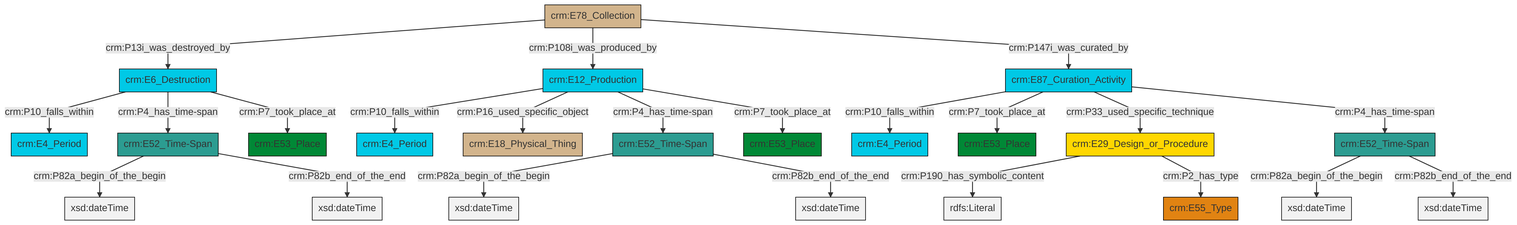
Before: et/archivalCSV/ttl/mmd/png/archival_existence.png, a diagram exported from Mermaid (swiss-art-research-net/docs.swissartresearch). Its source is kept beside it as et/archivalCSV/ttl/mmd/archival_existence.ttl.mmd.
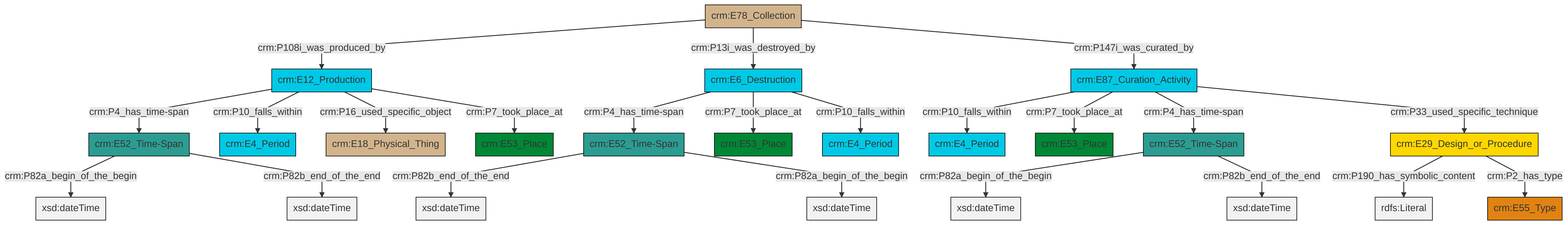
Later version of the same file.

Change to the diagram source:
```diff
@@ -13,25 +13,25 @@
 classDef PC_Classes fill:#4ce600, stroke:#000000;
 classDef Multi fill:#cccccc,stroke:#000000;
 
-0["crm:E52_Time-Span"]:::Time-Span -->|crm:P82a_begin_of_the_begin| 1[xsd:dateTime]:::Literal
-2["crm:E52_Time-Span"]:::Time-Span -->|crm:P82a_begin_of_the_begin| 3[xsd:dateTime]:::Literal
-8["crm:E12_Production"]:::Temporal_Entity -->|crm:P10_falls_within| 9["crm:E4_Period"]:::Temporal_Entity
-4["crm:E87_Curation_Activity"]:::Temporal_Entity -->|crm:P10_falls_within| 10["crm:E4_Period"]:::Temporal_Entity
-6["crm:E6_Destruction"]:::Temporal_Entity -->|crm:P10_falls_within| 11["crm:E4_Period"]:::Temporal_Entity
-8["crm:E12_Production"]:::Temporal_Entity -->|crm:P16_used_specific_object| 14["crm:E18_Physical_Thing"]:::Physical_Thing
-6["crm:E6_Destruction"]:::Temporal_Entity -->|crm:P4_has_time-span| 15["crm:E52_Time-Span"]:::Time-Span
-4["crm:E87_Curation_Activity"]:::Temporal_Entity -->|crm:P7_took_place_at| 19["crm:E53_Place"]:::Place
-20["crm:E78_Collection"]:::Physical_Thing -->|crm:P13i_was_destroyed_by| 6["crm:E6_Destruction"]:::Temporal_Entity
-8["crm:E12_Production"]:::Temporal_Entity -->|crm:P4_has_time-span| 2["crm:E52_Time-Span"]:::Time-Span
-20["crm:E78_Collection"]:::Physical_Thing -->|crm:P108i_was_produced_by| 8["crm:E12_Production"]:::Temporal_Entity
-2["crm:E52_Time-Span"]:::Time-Span -->|crm:P82b_end_of_the_end| 26[xsd:dateTime]:::Literal
-27["crm:E29_Design_or_Procedure"]:::Conceptual_Object -->|crm:P190_has_symbolic_content| 28[rdfs:Literal]:::Literal
-0["crm:E52_Time-Span"]:::Time-Span -->|crm:P82b_end_of_the_end| 30[xsd:dateTime]:::Literal
-27["crm:E29_Design_or_Procedure"]:::Conceptual_Object -->|crm:P2_has_type| 17["crm:E55_Type"]:::Type
-8["crm:E12_Production"]:::Temporal_Entity -->|crm:P7_took_place_at| 24["crm:E53_Place"]:::Place
-6["crm:E6_Destruction"]:::Temporal_Entity -->|crm:P7_took_place_at| 32["crm:E53_Place"]:::Place
-15["crm:E52_Time-Span"]:::Time-Span -->|crm:P82a_begin_of_the_begin| 33[xsd:dateTime]:::Literal
-20["crm:E78_Collection"]:::Physical_Thing -->|crm:P147i_was_curated_by| 4["crm:E87_Curation_Activity"]:::Temporal_Entity
-15["crm:E52_Time-Span"]:::Time-Span -->|crm:P82b_end_of_the_end| 34[xsd:dateTime]:::Literal
-4["crm:E87_Curation_Activity"]:::Temporal_Entity -->|crm:P33_used_specific_technique| 27["crm:E29_Design_or_Procedure"]:::Conceptual_Object
-4["crm:E87_Curation_Activity"]:::Temporal_Entity -->|crm:P4_has_time-span| 0["crm:E52_Time-Span"]:::Time-Span
+2["crm:E12_Production"]:::Temporal_Entity -->|crm:P4_has_time-span| 3["crm:E52_Time-Span"]:::Time-Span
+4["crm:E29_Design_or_Procedure"]:::Conceptual_Object -->|crm:P190_has_symbolic_content| 5[rdfs:Literal]:::Literal
+2["crm:E12_Production"]:::Temporal_Entity -->|crm:P10_falls_within| 9["crm:E4_Period"]:::Temporal_Entity
+10["crm:E78_Collection"]:::Physical_Thing -->|crm:P108i_was_produced_by| 2["crm:E12_Production"]:::Temporal_Entity
+13["crm:E52_Time-Span"]:::Time-Span -->|crm:P82b_end_of_the_end| 14[xsd:dateTime]:::Literal
+4["crm:E29_Design_or_Procedure"]:::Conceptual_Object -->|crm:P2_has_type| 15["crm:E55_Type"]:::Type
+13["crm:E52_Time-Span"]:::Time-Span -->|crm:P82a_begin_of_the_begin| 16[xsd:dateTime]:::Literal
+3["crm:E52_Time-Span"]:::Time-Span -->|crm:P82a_begin_of_the_begin| 17[xsd:dateTime]:::Literal
+10["crm:E78_Collection"]:::Physical_Thing -->|crm:P13i_was_destroyed_by| 0["crm:E6_Destruction"]:::Temporal_Entity
+19["crm:E52_Time-Span"]:::Time-Span -->|crm:P82a_begin_of_the_begin| 21[xsd:dateTime]:::Literal
+22["crm:E87_Curation_Activity"]:::Temporal_Entity -->|crm:P10_falls_within| 23["crm:E4_Period"]:::Temporal_Entity
+0["crm:E6_Destruction"]:::Temporal_Entity -->|crm:P4_has_time-span| 13["crm:E52_Time-Span"]:::Time-Span
+0["crm:E6_Destruction"]:::Temporal_Entity -->|crm:P7_took_place_at| 24["crm:E53_Place"]:::Place
+0["crm:E6_Destruction"]:::Temporal_Entity -->|crm:P10_falls_within| 27["crm:E4_Period"]:::Temporal_Entity
+2["crm:E12_Production"]:::Temporal_Entity -->|crm:P16_used_specific_object| 11["crm:E18_Physical_Thing"]:::Physical_Thing
+22["crm:E87_Curation_Activity"]:::Temporal_Entity -->|crm:P7_took_place_at| 32["crm:E53_Place"]:::Place
+22["crm:E87_Curation_Activity"]:::Temporal_Entity -->|crm:P4_has_time-span| 19["crm:E52_Time-Span"]:::Time-Span
+22["crm:E87_Curation_Activity"]:::Temporal_Entity -->|crm:P33_used_specific_technique| 4["crm:E29_Design_or_Procedure"]:::Conceptual_Object
+19["crm:E52_Time-Span"]:::Time-Span -->|crm:P82b_end_of_the_end| 33[xsd:dateTime]:::Literal
+3["crm:E52_Time-Span"]:::Time-Span -->|crm:P82b_end_of_the_end| 34[xsd:dateTime]:::Literal
+2["crm:E12_Production"]:::Temporal_Entity -->|crm:P7_took_place_at| 7["crm:E53_Place"]:::Place
+10["crm:E78_Collection"]:::Physical_Thing -->|crm:P147i_was_curated_by| 22["crm:E87_Curation_Activity"]:::Temporal_Entity
```
